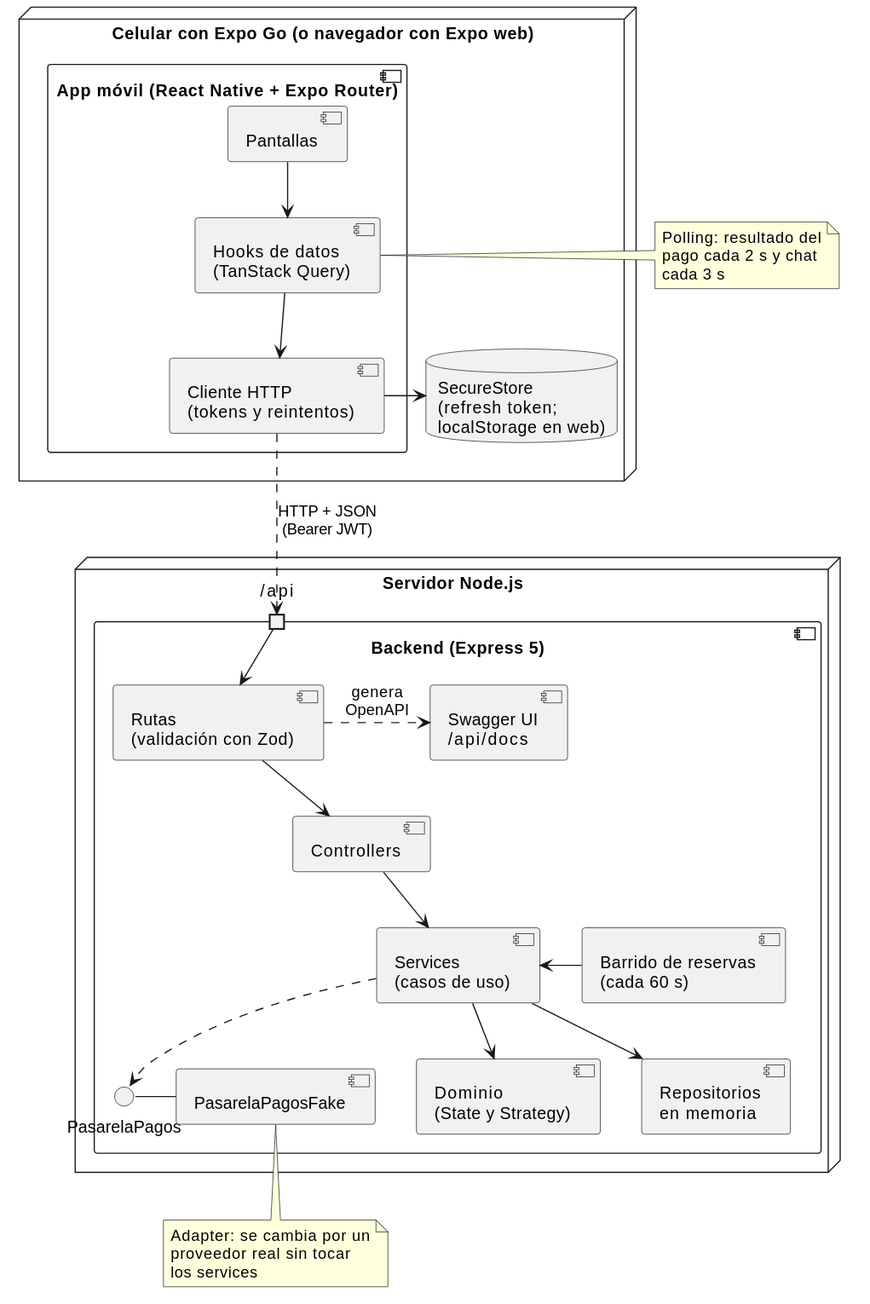
Before: docs/diagramas/arquitectura.svg, a diagram exported from PlantUML (tomasmuller1/ai-ticket-it). The source it was exported from:
```plantuml
@startuml

skinparam componentStyle uml2
skinparam shadowing false
skinparam nodesep 35
skinparam ranksep 45

node "Celular con Expo Go (o navegador con Expo web)" as dispositivo {
  component "App móvil (React Native + Expo Router)" as app {
    component "Pantallas" as pantallas
    component "Hooks de datos\n(TanStack Query)" as hooks
    component "Cliente HTTP\n(tokens y reintentos)" as cliente
  }
  database "SecureStore\n(refresh token;\nlocalStorage en web)" as secure
}

node "Servidor Node.js" as servidor {
  component "Backend (Express 5)" as backend {
    portin "/api" as api
    component "Rutas\n(validación con Zod)" as rutas
    component "Swagger UI\n/api/docs" as swagger
    component "Controllers" as controllers
    component "Services\n(casos de uso)" as services
    component "Barrido de reservas\n(cada 60 s)" as barrido
    component "Dominio\n(State y Strategy)" as dominio
    component "Repositorios\nen memoria" as repos
    interface "PasarelaPagos" as pasarela
    component "PasarelaPagosFake" as fake
  }
}

pantallas -down-> hooks
hooks -down-> cliente
cliente -right-> secure
cliente .down.> api : HTTP + JSON\n(Bearer JWT)
api -down-> rutas

rutas .right.> swagger : genera\nOpenAPI
rutas -down-> controllers
controllers -down-> services
barrido -left-> services
services -down-> dominio
services -down-> repos
services .down.> pasarela
fake -left- pasarela

note left of hooks
  Polling: resultado del
  pago cada 2 s y chat
  cada 3 s
end note

note bottom of fake
  Adapter: se cambia por un
  proveedor real sin tocar
  los services
end note
@enduml
```
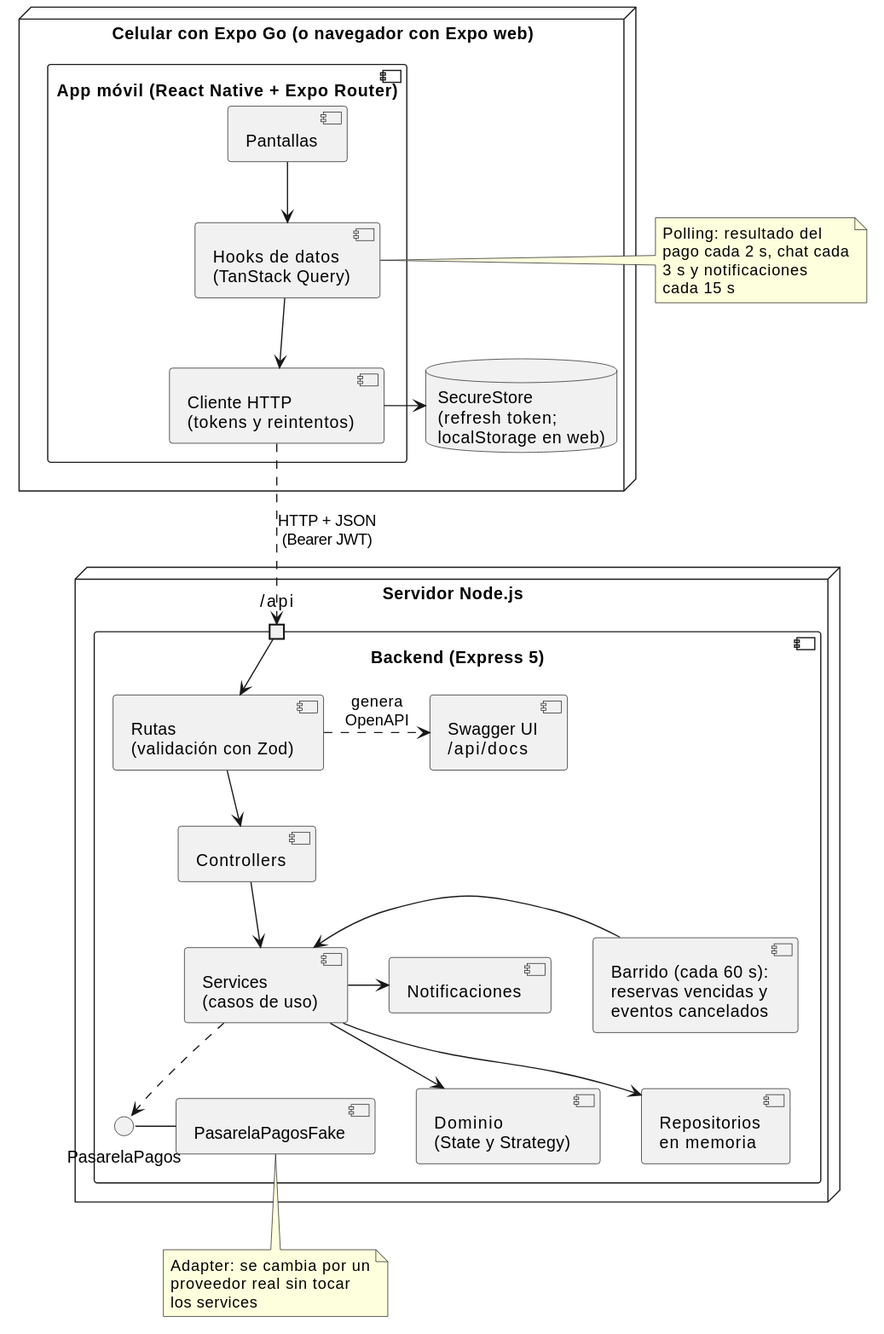
After the change.

Commit message:
docs: diagrama de clases en PlantUML con notificaciones y estados del evento

What changed in the source:
```diff
@@ -21,7 +21,8 @@
     component "Swagger UI\n/api/docs" as swagger
     component "Controllers" as controllers
     component "Services\n(casos de uso)" as services
-    component "Barrido de reservas\n(cada 60 s)" as barrido
+    component "Notificaciones" as notificaciones
+    component "Barrido (cada 60 s):\nreservas vencidas y\neventos cancelados" as barrido
     component "Dominio\n(State y Strategy)" as dominio
     component "Repositorios\nen memoria" as repos
     interface "PasarelaPagos" as pasarela
@@ -39,6 +40,7 @@
 rutas -down-> controllers
 controllers -down-> services
 barrido -left-> services
+services -right-> notificaciones
 services -down-> dominio
 services -down-> repos
 services .down.> pasarela
@@ -46,8 +48,9 @@
 
 note left of hooks
   Polling: resultado del
-  pago cada 2 s y chat
-  cada 3 s
+  pago cada 2 s, chat cada
+  3 s y notificaciones
+  cada 15 s
 end note
 
 note bottom of fake
```
